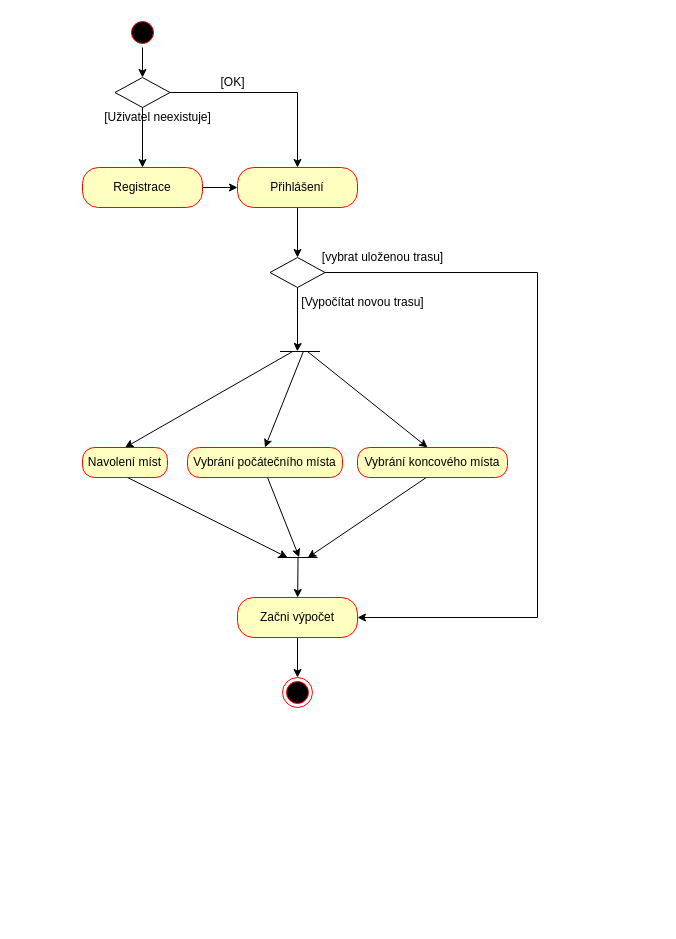
Earlier version of the draw.io diagram ActivityDiagram.drawio (KristyFromEarth/UML). Source tidied: cells renumbered, new cells numbered last; positions are measured from the earlier drawing's top-left corner, leaving out a move shared by most shapes. Both pictures are drawn from the tidied source at 100%, with x=0, y=0 at pixel (82, 17).
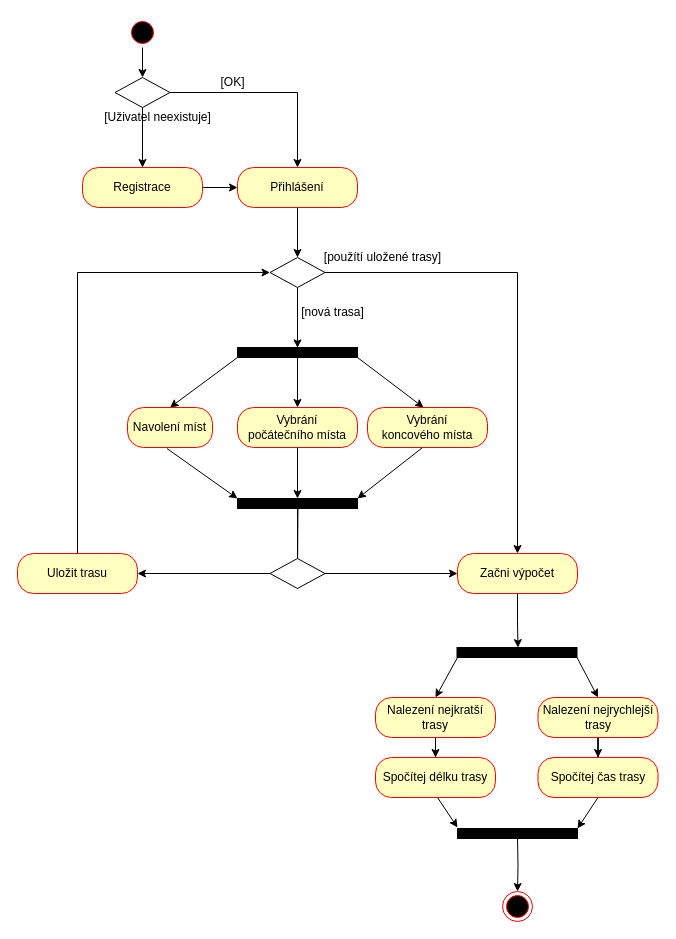
The same page after the edit.

Unchanged cells that the change refers to:
```xml
<mxCell id="27" style="rhombus;whiteSpace=wrap;html=1;" parent="1" vertex="1">
  <mxGeometry x="187.5" y="240" width="55" height="30" as="geometry" />
</mxCell>
```

The edit, as a diff of the source:
```diff
@@
     <mxCell id="2" style="ellipse;html=1;shape=endState;fillColor=#000000;strokeColor=#ff0000;" parent="1" vertex="1">
-      <mxGeometry x="200" y="660" width="30" height="30" as="geometry" />
+      <mxGeometry x="420" y="874" width="30" height="30" as="geometry" />
     </mxCell>
@@
-    <mxCell id="14" style="line;strokeWidth=1;fillColor=none;align=left;verticalAlign=middle;spacingTop=-1;spacingLeft=3;spacingRight=3;labelPosition=right;points=[];portConstraint=eastwest;strokeColor=inherit;" parent="1" vertex="1">
-      <mxGeometry x="197.5" y="330" width="40" height="8" as="geometry" />
-    </mxCell>
-    <mxCell id="15" style="line;strokeWidth=1;fillColor=none;align=left;verticalAlign=middle;spacingTop=-1;spacingLeft=3;spacingRight=3;labelPosition=right;points=[];portConstraint=eastwest;strokeColor=inherit;" parent="1" vertex="1">
-      <mxGeometry x="195" y="520" width="40" height="40" as="geometry" />
-    </mxCell>
     <mxCell id="16" value="Navolení míst" style="rounded=1;whiteSpace=wrap;html=1;arcSize=40;fontColor=#000000;fillColor=#ffffc0;strokeColor=#ff0000;" parent="1" vertex="1">
-      <mxGeometry y="430" width="85" height="30" as="geometry" />
+      <mxGeometry x="45" y="390" width="85" height="40" as="geometry" />
     </mxCell>
-    <mxCell id="17" value="Vybrání počátečního místa" style="rounded=1;whiteSpace=wrap;html=1;arcSize=40;fontColor=#000000;fillColor=#ffffc0;strokeColor=#ff0000;" parent="1" vertex="1">
-      <mxGeometry x="105" y="430" width="155" height="30" as="geometry" />
+    <mxCell id="17" value="Vybrání &lt;br&gt;počátečního místa" style="rounded=1;whiteSpace=wrap;html=1;arcSize=40;fontColor=#000000;fillColor=#ffffc0;strokeColor=#ff0000;" parent="1" vertex="1">
+      <mxGeometry x="155" y="390" width="120" height="40" as="geometry" />
     </mxCell>
-    <mxCell id="18" value="Vybrání koncového místa" style="rounded=1;whiteSpace=wrap;html=1;arcSize=40;fontColor=#000000;fillColor=#ffffc0;strokeColor=#ff0000;" parent="1" vertex="1">
-      <mxGeometry x="275" y="430" width="150" height="30" as="geometry" />
+    <mxCell id="18" value="Vybrání &lt;br&gt;koncového místa" style="rounded=1;whiteSpace=wrap;html=1;arcSize=40;fontColor=#000000;fillColor=#ffffc0;strokeColor=#ff0000;" parent="1" vertex="1">
+      <mxGeometry x="285" y="390" width="120" height="40" as="geometry" />
     </mxCell>
-    <mxCell id="19" style="endArrow=classic;html=1;rounded=0;exitX=0.309;exitY=0.522;exitDx=0;exitDy=0;exitPerimeter=0;entryX=0.5;entryY=0;entryDx=0;entryDy=0;" parent="1" edge="1" source="14" target="16">
+    <mxCell id="19" style="endArrow=classic;html=1;rounded=0;exitX=0;exitY=1;exitDx=0;exitDy=0;entryX=0.5;entryY=0;entryDx=0;entryDy=0;" parent="1" edge="1" source="34" target="16">
       <mxGeometry relative="1" as="geometry" />
     </mxCell>
-    <mxCell id="20" style="endArrow=classic;html=1;rounded=0;exitX=0.583;exitY=0.514;exitDx=0;exitDy=0;exitPerimeter=0;entryX=0.5;entryY=0;entryDx=0;entryDy=0;" parent="1" edge="1" source="14" target="17">
+    <mxCell id="20" style="endArrow=classic;html=1;rounded=0;exitX=0.5;exitY=1;exitDx=0;exitDy=0;entryX=0.5;entryY=0;entryDx=0;entryDy=0;" parent="1" edge="1" source="34" target="17">
       <mxGeometry relative="1" as="geometry" />
     </mxCell>
-    <mxCell id="21" style="endArrow=classic;html=1;rounded=0;entryX=0.467;entryY=0;entryDx=0;entryDy=0;entryPerimeter=0;" parent="1" edge="1" target="18">
-      <mxGeometry relative="1" as="geometry">
-        <mxPoint x="225" y="334" as="sourcePoint" />
-      </mxGeometry>
+    <mxCell id="21" style="endArrow=classic;html=1;rounded=0;entryX=0.467;entryY=0;entryDx=0;entryDy=0;entryPerimeter=0;exitX=1;exitY=1;exitDx=0;exitDy=0;" parent="1" edge="1" source="34" target="18">
+      <mxGeometry relative="1" as="geometry" />
     </mxCell>
-    <mxCell id="22" style="endArrow=classic;html=1;rounded=0;exitX=0.583;exitY=0.514;exitDx=0;exitDy=0;exitPerimeter=0;entryX=0.25;entryY=0.5;entryDx=0;entryDy=0;entryPerimeter=0;" parent="1" edge="1" target="15">
-      <mxGeometry relative="1" as="geometry">
-        <mxPoint x="45" y="460" as="sourcePoint" />
-      </mxGeometry>
+    <mxCell id="22" style="endArrow=classic;html=1;rounded=0;exitX=0.464;exitY=1.026;exitDx=0;exitDy=0;exitPerimeter=0;entryX=0;entryY=0;entryDx=0;entryDy=0;" parent="1" edge="1" source="16" target="36">
+      <mxGeometry relative="1" as="geometry" />
     </mxCell>
-    <mxCell id="23" style="endArrow=classic;html=1;rounded=0;exitX=0.583;exitY=0.514;exitDx=0;exitDy=0;exitPerimeter=0;entryX=0.542;entryY=0.494;entryDx=0;entryDy=0;entryPerimeter=0;" parent="1" edge="1" target="15">
+    <mxCell id="23" style="endArrow=classic;html=1;rounded=0;entryX=0.5;entryY=0;entryDx=0;entryDy=0;" parent="1" edge="1" target="36">
       <mxGeometry relative="1" as="geometry">
-        <mxPoint x="185" y="460" as="sourcePoint" />
+        <mxPoint x="215" y="430" as="sourcePoint" />
       </mxGeometry>
     </mxCell>
-    <mxCell id="24" style="endArrow=classic;html=1;rounded=0;exitX=0.457;exitY=1.006;exitDx=0;exitDy=0;exitPerimeter=0;entryX=0.758;entryY=0.504;entryDx=0;entryDy=0;entryPerimeter=0;" parent="1" edge="1" source="18" target="15">
+    <mxCell id="24" style="endArrow=classic;html=1;rounded=0;exitX=0.457;exitY=1.006;exitDx=0;exitDy=0;exitPerimeter=0;entryX=1;entryY=0;entryDx=0;entryDy=0;" parent="1" edge="1" source="18" target="36">
       <mxGeometry relative="1" as="geometry" />
     </mxCell>
-    <mxCell id="25" style="edgeStyle=orthogonalEdgeStyle;rounded=0;jettySize=auto;html=1;entryX=0.432;entryY=0.485;entryDx=0;entryDy=0;entryPerimeter=0;" parent="1" edge="1" source="27" target="14">
+    <mxCell id="25" style="edgeStyle=orthogonalEdgeStyle;rounded=0;jettySize=auto;html=1;entryX=0.533;entryY=0.044;entryDx=0;entryDy=0;entryPerimeter=0;exitX=0.5;exitY=1;exitDx=0;exitDy=0;" parent="1" edge="1" source="27">
       <mxGeometry relative="1" as="geometry">
-        <Array as="points">
-          <mxPoint x="215" y="330" />
-          <mxPoint x="215" y="330" />
-        </Array>
+        <mxPoint x="215" y="330.4" as="targetPoint" />
       </mxGeometry>
     </mxCell>
-    <mxCell id="26" style="edgeStyle=orthogonalEdgeStyle;rounded=0;jettySize=auto;html=1;entryX=1;entryY=0.5;entryDx=0;entryDy=0;" parent="1" edge="1" source="27" target="30">
+    <mxCell id="26" style="edgeStyle=orthogonalEdgeStyle;rounded=0;jettySize=auto;html=1;entryX=0.5;entryY=0;entryDx=0;entryDy=0;" parent="1" edge="1" source="27" target="30">
       <mxGeometry relative="1" as="geometry">
         <Array as="points">
-          <mxPoint x="455" y="255" />
-          <mxPoint x="455" y="600" />
+          <mxPoint x="435" y="255" />
         </Array>
       </mxGeometry>
     </mxCell>
@@
-    <mxCell id="28" value="[Vypočítat novou trasu]" style="text;html=1;align=center;verticalAlign=middle;strokeColor=none;fillColor=none;" parent="1" vertex="1">
-      <mxGeometry x="205" y="270" width="150" height="30" as="geometry" />
+    <mxCell id="28" value="[nová trasa]" style="text;html=1;align=center;verticalAlign=middle;strokeColor=none;fillColor=none;" parent="1" vertex="1">
+      <mxGeometry x="205" y="280" width="90" height="30" as="geometry" />
     </mxCell>
-    <mxCell id="29" style="edgeStyle=orthogonalEdgeStyle;rounded=0;jettySize=auto;html=1;entryX=0.5;entryY=0;entryDx=0;entryDy=0;" parent="1" edge="1" source="30" target="2">
-      <mxGeometry relative="1" as="geometry" />
+    <mxCell id="29" style="edgeStyle=orthogonalEdgeStyle;rounded=0;jettySize=auto;html=1;entryX=0.5;entryY=0;entryDx=0;entryDy=0;" parent="1" edge="1" target="2">
+      <mxGeometry relative="1" as="geometry">
+        <mxPoint x="435" y="821" as="sourcePoint" />
+      </mxGeometry>
     </mxCell>
+    <mxCell id="33" style="edgeStyle=orthogonalEdgeStyle;rounded=0;jettySize=auto;html=1;entryX=0.508;entryY=0.013;entryDx=0;entryDy=0;entryPerimeter=0;" parent="1" edge="1" source="30" target="39">
+      <mxGeometry relative="1" as="geometry" />
+    </mxCell>
     <mxCell id="30" value="Začni výpočet" style="rounded=1;whiteSpace=wrap;html=1;arcSize=40;fontColor=#000000;fillColor=#ffffc0;strokeColor=#ff0000;" parent="1" vertex="1">
-      <mxGeometry x="155" y="580" width="120" height="40" as="geometry" />
+      <mxGeometry x="375" y="536" width="120" height="40" as="geometry" />
     </mxCell>
-    <mxCell id="31" style="endArrow=classic;html=1;rounded=0;exitX=0.513;exitY=0.509;exitDx=0;exitDy=0;exitPerimeter=0;" parent="1" edge="1" source="15" target="30">
-      <mxGeometry relative="1" as="geometry" />
-    </mxCell>
-    <mxCell id="32" value="[vybrat uloženou trasu]" style="text;html=1;align=center;verticalAlign=middle;strokeColor=none;fillColor=none;" parent="1" vertex="1">
+    <mxCell id="32" value="[použítí uložené trasy]" style="text;html=1;align=center;verticalAlign=middle;strokeColor=none;fillColor=none;" parent="1" vertex="1">
       <mxGeometry x="230" y="225" width="140" height="30" as="geometry" />
     </mxCell>
+    <mxCell id="34" style="rounded=0;whiteSpace=wrap;html=1;fillColor=#000000;" parent="1" vertex="1">
+      <mxGeometry x="155" y="330" width="120" height="10" as="geometry" />
+    </mxCell>
+    <mxCell id="35" style="edgeStyle=orthogonalEdgeStyle;rounded=0;jettySize=auto;html=1;" parent="1" edge="1" source="36">
+      <mxGeometry relative="1" as="geometry">
+        <mxPoint x="215" y="551" as="targetPoint" />
+      </mxGeometry>
+    </mxCell>
+    <mxCell id="36" style="rounded=0;whiteSpace=wrap;html=1;fillColor=#000000;" parent="1" vertex="1">
+      <mxGeometry x="155" y="481" width="120" height="10" as="geometry" />
+    </mxCell>
+    <mxCell id="37" style="edgeStyle=orthogonalEdgeStyle;rounded=0;jettySize=auto;html=1;entryX=0;entryY=0.5;entryDx=0;entryDy=0;" parent="1" edge="1" source="38" target="27">
+      <mxGeometry relative="1" as="geometry">
+        <Array as="points">
+          <mxPoint x="-5" y="255" />
+        </Array>
+      </mxGeometry>
+    </mxCell>
+    <mxCell id="38" value="Uložit trasu" style="rounded=1;whiteSpace=wrap;html=1;arcSize=40;fontColor=#000000;fillColor=#ffffc0;strokeColor=#ff0000;" parent="1" vertex="1">
+      <mxGeometry x="-65" y="536" width="120" height="40" as="geometry" />
+    </mxCell>
+    <mxCell id="39" style="rounded=0;whiteSpace=wrap;html=1;fillColor=#000000;" parent="1" vertex="1">
+      <mxGeometry x="374.5" y="630" width="120" height="10" as="geometry" />
+    </mxCell>
+    <mxCell id="40" style="edgeStyle=orthogonalEdgeStyle;rounded=0;jettySize=auto;html=1;" parent="1" edge="1" source="41" target="45">
+      <mxGeometry relative="1" as="geometry" />
+    </mxCell>
+    <mxCell id="41" value="Nalezení nejkratší trasy" style="rounded=1;whiteSpace=wrap;html=1;arcSize=40;fontColor=#000000;fillColor=#ffffc0;strokeColor=#ff0000;" parent="1" vertex="1">
+      <mxGeometry x="293" y="680" width="120" height="40" as="geometry" />
+    </mxCell>
+    <mxCell id="42" style="edgeStyle=orthogonalEdgeStyle;rounded=0;jettySize=auto;html=1;" parent="1" edge="1" source="43" target="46">
+      <mxGeometry relative="1" as="geometry" />
+    </mxCell>
+    <mxCell id="43" value="Nalezení nejrychlejší trasy" style="rounded=1;whiteSpace=wrap;html=1;arcSize=40;fontColor=#000000;fillColor=#ffffc0;strokeColor=#ff0000;" parent="1" vertex="1">
+      <mxGeometry x="455.5" y="680" width="120" height="40" as="geometry" />
+    </mxCell>
+    <mxCell id="44" style="rounded=0;whiteSpace=wrap;html=1;fillColor=#000000;" parent="1" vertex="1">
+      <mxGeometry x="375" y="811" width="120" height="10" as="geometry" />
+    </mxCell>
+    <mxCell id="45" value="Spočítej délku trasy" style="rounded=1;whiteSpace=wrap;html=1;arcSize=40;fontColor=#000000;fillColor=#ffffc0;strokeColor=#ff0000;" parent="1" vertex="1">
+      <mxGeometry x="293" y="740" width="120" height="40" as="geometry" />
+    </mxCell>
+    <mxCell id="46" value="Spočítej čas trasy" style="rounded=1;whiteSpace=wrap;html=1;arcSize=40;fontColor=#000000;fillColor=#ffffc0;strokeColor=#ff0000;" parent="1" vertex="1">
+      <mxGeometry x="455.5" y="740" width="120" height="40" as="geometry" />
+    </mxCell>
+    <mxCell id="47" style="endArrow=none;html=1;rounded=0;exitX=0.513;exitY=0.509;exitDx=0;exitDy=0;exitPerimeter=0;" parent="1" edge="1" target="50">
+      <mxGeometry relative="1" as="geometry">
+        <mxPoint x="215.5" y="481.4" as="sourcePoint" />
+      </mxGeometry>
+    </mxCell>
+    <mxCell id="48" style="edgeStyle=orthogonalEdgeStyle;rounded=0;jettySize=auto;html=1;" parent="1" edge="1" source="50" target="38">
+      <mxGeometry relative="1" as="geometry" />
+    </mxCell>
+    <mxCell id="49" style="edgeStyle=orthogonalEdgeStyle;rounded=0;jettySize=auto;html=1;" parent="1" edge="1" source="50" target="30">
+      <mxGeometry relative="1" as="geometry" />
+    </mxCell>
+    <mxCell id="50" style="rhombus;whiteSpace=wrap;html=1;" parent="1" vertex="1">
+      <mxGeometry x="187.5" y="541" width="55" height="30" as="geometry" />
+    </mxCell>
+    <mxCell id="51" style="endArrow=classic;html=1;rounded=0;exitX=0;exitY=1;exitDx=0;exitDy=0;entryX=0.5;entryY=0;entryDx=0;entryDy=0;" parent="1" edge="1" target="41">
+      <mxGeometry relative="1" as="geometry">
+        <mxPoint x="375" y="640" as="sourcePoint" />
+      </mxGeometry>
+    </mxCell>
+    <mxCell id="52" style="endArrow=classic;html=1;rounded=0;entryX=0.5;entryY=0;entryDx=0;entryDy=0;exitX=1;exitY=1;exitDx=0;exitDy=0;" parent="1" edge="1" target="43">
+      <mxGeometry relative="1" as="geometry">
+        <mxPoint x="494.5" y="640" as="sourcePoint" />
+      </mxGeometry>
+    </mxCell>
+    <mxCell id="53" style="endArrow=classic;html=1;rounded=0;" parent="1" edge="1">
+      <mxGeometry relative="1" as="geometry">
+        <mxPoint x="355" y="780" as="sourcePoint" />
+        <mxPoint x="375" y="810" as="targetPoint" />
+      </mxGeometry>
+    </mxCell>
+    <mxCell id="54" style="endArrow=classic;html=1;rounded=0;exitX=0.5;exitY=1;exitDx=0;exitDy=0;entryX=1;entryY=0;entryDx=0;entryDy=0;" parent="1" edge="1" source="46" target="44">
+      <mxGeometry relative="1" as="geometry" />
+    </mxCell>
```
